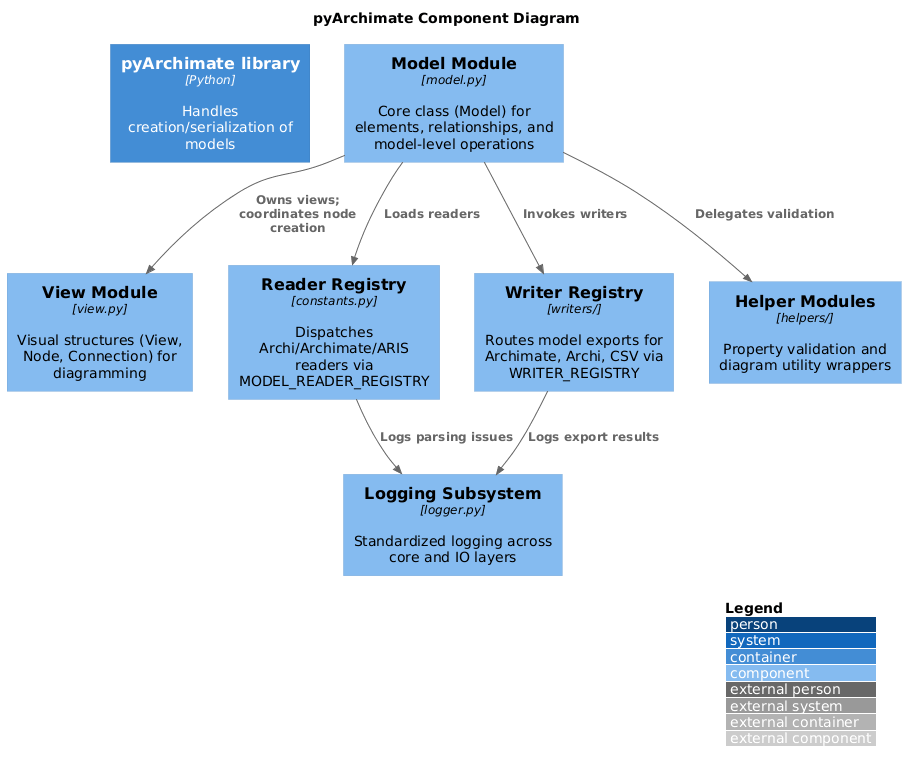
The PlantUML diagram docs/diagrams/c4_component.png in pyArchimate/pyArchimate, before a commit.
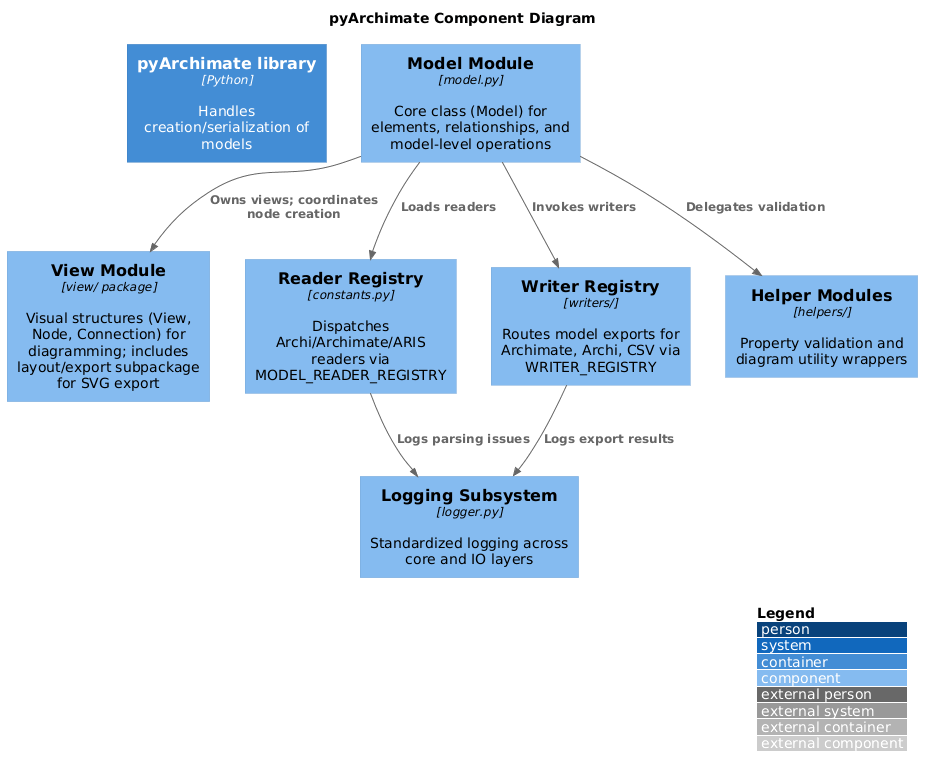
The same file after the commit.

The edit, as a diff of the source:
```diff
@@ -6,7 +6,7 @@
 Container(pyArchimateLib, "pyArchimate library", "Python", "Handles creation/serialization of models")
 
 Component(modelMod, "Model Module", "model.py", "Core class (Model) for elements, relationships, and model-level operations")
-Component(viewMod, "View Module", "view.py", "Visual structures (View, Node, Connection) for diagramming")
+Component(viewMod, "View Module", "view/ package", "Visual structures (View, Node, Connection) for diagramming; includes layout/export subpackage for SVG export")
 Component(readerRegistry, "Reader Registry", "constants.py", "Dispatches Archi/Archimate/ARIS readers via MODEL_READER_REGISTRY")
 Component(writerRegistry, "Writer Registry", "writers/", "Routes model exports for Archimate, Archi, CSV via WRITER_REGISTRY")
 Component(logging, "Logging Subsystem", "logger.py", "Standardized logging across core and IO layers")
```
